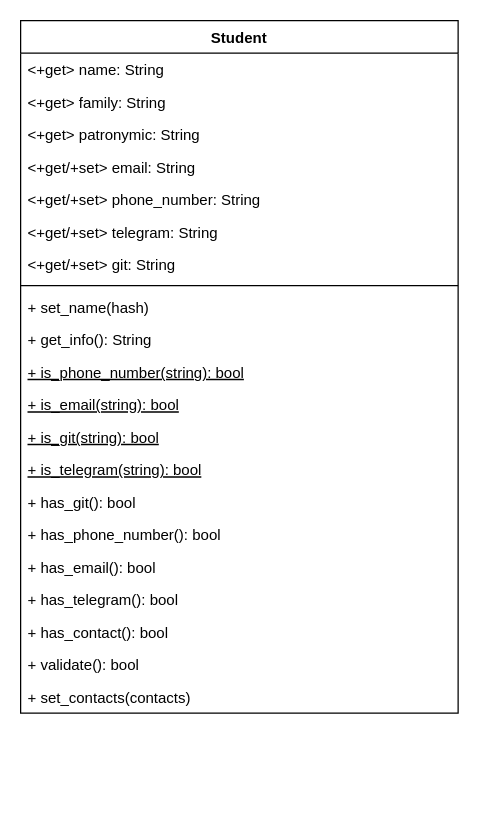
KirSaxhlil/PatternLabs keeps this draw.io diagram as lab2/docs/ClassDiagram.drawio. Above is the earlier version. Source tidied: cells renumbered, new cells numbered last; positions are measured from the earlier drawing's top-left corner, leaving out a move shared by most shapes. Both pictures are drawn from the tidied source at 125%, with x=0, y=0 at pixel (20, 20).
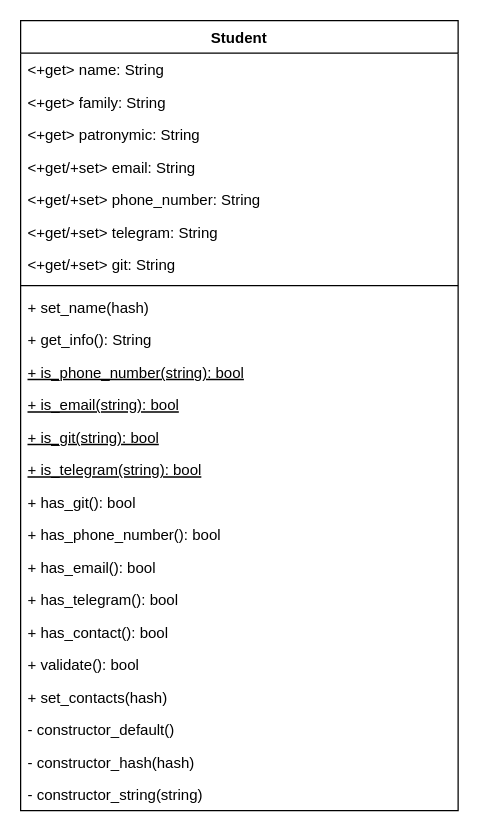
After the change.

Commit message (it also covers changes not shown here):
Lab2 ex2-1 Constructor refactoring

Diff of the diagram source:
```diff
@@
     <mxCell id="2" value="Student" style="swimlane;fontStyle=1;align=center;verticalAlign=top;horizontal=1;startSize=26;fillColor=default;swimlaneFillColor=default;" parent="1" vertex="1">
-      <mxGeometry width="350" height="554" as="geometry" />
+      <mxGeometry width="350" height="632" as="geometry" />
     </mxCell>
@@
-    <mxCell id="23" value="+ set_contacts(contacts)" style="text;strokeColor=none;fillColor=none;align=left;verticalAlign=top;spacingLeft=4;spacingRight=4;overflow=hidden;fontStyle=0;" parent="2" vertex="1">
+    <mxCell id="23" value="+ set_contacts(hash)" style="text;strokeColor=none;fillColor=none;align=left;verticalAlign=top;spacingLeft=4;spacingRight=4;overflow=hidden;fontStyle=0;" parent="2" vertex="1">
       <mxGeometry y="528" width="350" height="26" as="geometry" />
     </mxCell>
+    <mxCell id="24" value="- constructor_default()" style="text;strokeColor=none;fillColor=none;align=left;verticalAlign=top;spacingLeft=4;spacingRight=4;overflow=hidden;fontStyle=0;" parent="2" vertex="1">
+      <mxGeometry y="554" width="350" height="26" as="geometry" />
+    </mxCell>
+    <mxCell id="25" value="- constructor_hash(hash)" style="text;strokeColor=none;fillColor=none;align=left;verticalAlign=top;spacingLeft=4;spacingRight=4;overflow=hidden;fontStyle=0;" parent="2" vertex="1">
+      <mxGeometry y="580" width="350" height="26" as="geometry" />
+    </mxCell>
+    <mxCell id="26" value="- constructor_string(string)" style="text;strokeColor=none;fillColor=none;align=left;verticalAlign=top;spacingLeft=4;spacingRight=4;overflow=hidden;fontStyle=0;" parent="2" vertex="1">
+      <mxGeometry y="606" width="350" height="26" as="geometry" />
+    </mxCell>
```
